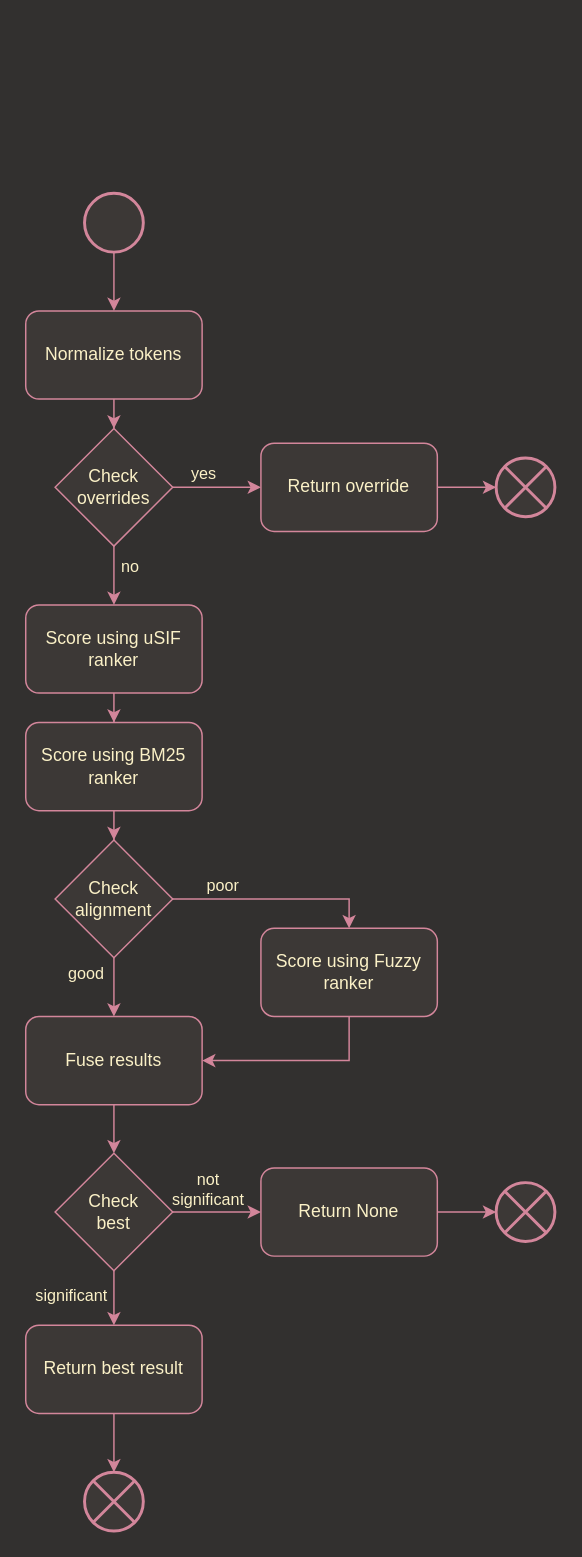
Earlier version of the draw.io diagram docs/source/_static/diagrams/ff_search.drawio (strangetom/ingredient-parser). Source tidied: cells renumbered, new cells numbered last; positions are measured from the earlier drawing's top-left corner, leaving out a move shared by most shapes. Both pictures are drawn from the tidied source at 147%, with x=0, y=0 at pixel (25, 193).
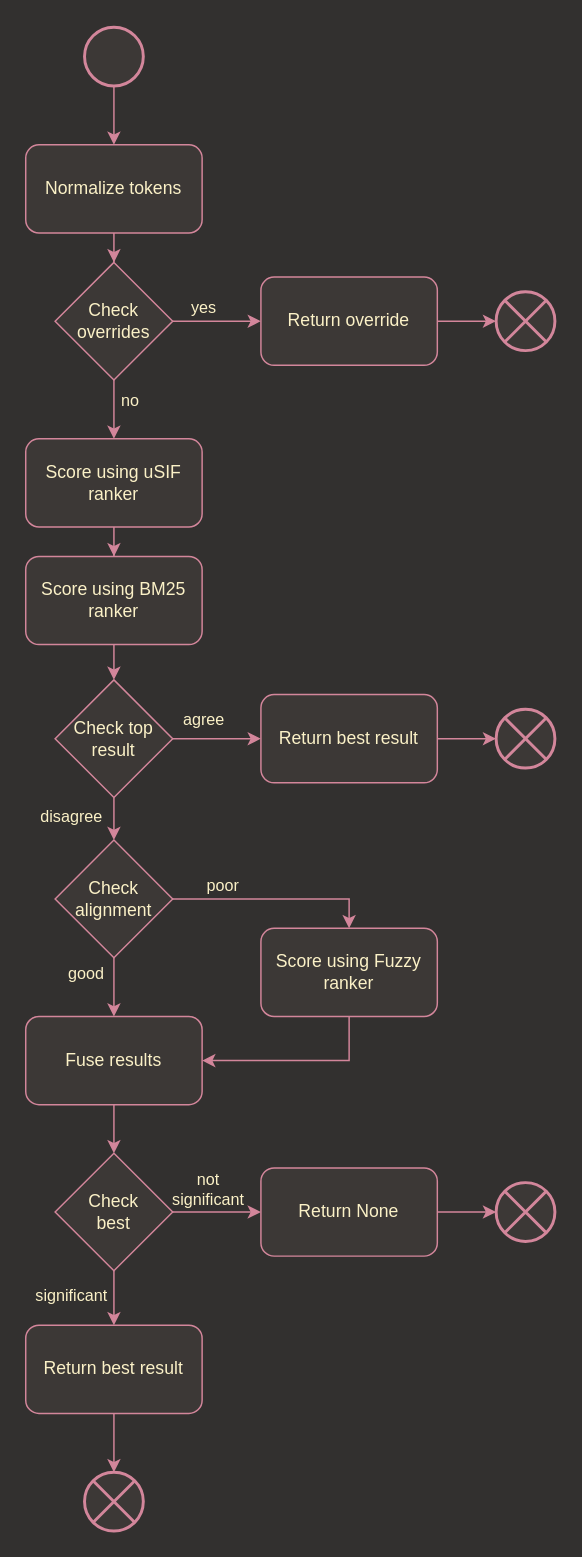
The same diagram, later.

The change refers to these unchanged cells:
```xml
<mxCell id="22" value="Check alignment" style="rhombus;whiteSpace=wrap;html=1;strokeColor=#D3869B;fillColor=#3C3836;fontColor=#FBF1C7;" parent="1" vertex="1">
  <mxGeometry x="20" y="440" width="80" height="80" as="geometry" />
</mxCell>
```

What changed in the source:
```diff
@@
     <mxCell id="3" value="Normalize tokens" style="rounded=1;whiteSpace=wrap;html=1;strokeColor=#D3869B;fillColor=#3C3836;fontColor=#FBF1C7;" parent="1" vertex="1">
-      <mxGeometry y="80" width="120" height="60" as="geometry" />
+      <mxGeometry y="-33" width="120" height="60" as="geometry" />
     </mxCell>
@@
     <mxCell id="5" style="shape=ellipse;html=1;strokeWidth=2;verticalLabelPosition=bottom;verticalAlignment=top;perimeter=ellipsePerimeter;fillColor=#3C3836;strokeColor=#D3869B;" parent="1" vertex="1">
-      <mxGeometry x="40" width="40" height="40" as="geometry" />
+      <mxGeometry x="40" y="-113" width="40" height="40" as="geometry" />
     </mxCell>
@@
     <mxCell id="10" value="Check overrides" style="rhombus;whiteSpace=wrap;html=1;strokeColor=#D3869B;fillColor=#3C3836;fontColor=#FBF1C7;" parent="1" vertex="1">
-      <mxGeometry x="20" y="160" width="80" height="80" as="geometry" />
+      <mxGeometry x="20" y="47" width="80" height="80" as="geometry" />
     </mxCell>
@@
     <mxCell id="12" value="Score using uSIF ranker" style="rounded=1;whiteSpace=wrap;html=1;strokeColor=#D3869B;fillColor=#3C3836;fontColor=#FBF1C7;" parent="1" vertex="1">
-      <mxGeometry y="280" width="120" height="60" as="geometry" />
+      <mxGeometry y="167" width="120" height="60" as="geometry" />
     </mxCell>
@@
     <mxCell id="14" value="Return override" style="rounded=1;whiteSpace=wrap;html=1;strokeColor=#D3869B;fillColor=#3C3836;fontColor=#FBF1C7;" parent="1" vertex="1">
-      <mxGeometry x="160" y="170" width="120" height="60" as="geometry" />
+      <mxGeometry x="160" y="57" width="120" height="60" as="geometry" />
     </mxCell>
     <mxCell id="15" style="html=1;shape=mxgraph.sysml.flowFinal;strokeWidth=2;verticalLabelPosition=bottom;verticalAlignment=top;strokeColor=#D3869B;fillColor=#3C3836;" parent="1" vertex="1">
-      <mxGeometry x="320" y="180" width="40" height="40" as="geometry" />
+      <mxGeometry x="320" y="67" width="40" height="40" as="geometry" />
     </mxCell>
-    <mxCell id="16" style="edgeStyle=orthogonalEdgeStyle;rounded=0;jettySize=auto;html=1;strokeColor=#D3869B;" parent="1" edge="1" source="17" target="22">
-      <mxGeometry relative="1" as="geometry" />
-    </mxCell>
+    <mxCell id="38" style="edgeStyle=orthogonalEdgeStyle;rounded=0;jettySize=auto;html=1;strokeColor=#D3869B;" parent="1" edge="1" source="17" target="43">
+      <mxGeometry relative="1" as="geometry" />
+    </mxCell>
     <mxCell id="17" value="Score using BM25 ranker" style="rounded=1;whiteSpace=wrap;html=1;strokeColor=#D3869B;fillColor=#3C3836;fontColor=#FBF1C7;" parent="1" vertex="1">
-      <mxGeometry y="360" width="120" height="60" as="geometry" />
+      <mxGeometry y="247" width="120" height="60" as="geometry" />
     </mxCell>
@@
+    <mxCell id="39" style="edgeStyle=orthogonalEdgeStyle;rounded=0;jettySize=auto;html=1;strokeColor=#D3869B;" parent="1" edge="1" source="43" target="22">
+      <mxGeometry relative="1" as="geometry" />
+    </mxCell>
+    <mxCell id="40" value="disagree" style="edgeLabel;html=1;align=center;verticalAlign=middle;labelBackgroundColor=none;fontColor=#FBF1C7;" parent="39" vertex="1">
+      <mxGeometry x="0.32" relative="1" as="geometry">
+        <mxPoint x="-30" as="offset" />
+      </mxGeometry>
+    </mxCell>
+    <mxCell id="41" style="edgeStyle=orthogonalEdgeStyle;rounded=0;jettySize=auto;html=1;strokeColor=#D3869B;" parent="1" edge="1" source="43" target="45">
+      <mxGeometry relative="1" as="geometry" />
+    </mxCell>
+    <mxCell id="42" value="agree" style="edgeLabel;html=1;align=center;verticalAlign=middle;labelBackgroundColor=none;fontColor=#FBF1C7;" parent="41" vertex="1">
+      <mxGeometry x="-0.5" relative="1" as="geometry">
+        <mxPoint x="5" y="-14" as="offset" />
+      </mxGeometry>
+    </mxCell>
+    <mxCell id="43" value="Check top result" style="rhombus;whiteSpace=wrap;html=1;strokeColor=#D3869B;fillColor=#3C3836;fontColor=#FBF1C7;" parent="1" vertex="1">
+      <mxGeometry x="20" y="331" width="80" height="80" as="geometry" />
+    </mxCell>
+    <mxCell id="44" style="edgeStyle=orthogonalEdgeStyle;rounded=0;jettySize=auto;html=1;strokeColor=#D3869B;" parent="1" edge="1" source="45" target="46">
+      <mxGeometry relative="1" as="geometry" />
+    </mxCell>
+    <mxCell id="45" value="Return best result" style="rounded=1;whiteSpace=wrap;html=1;strokeColor=#D3869B;fillColor=#3C3836;fontColor=#FBF1C7;" parent="1" vertex="1">
+      <mxGeometry x="160" y="341" width="120" height="60" as="geometry" />
+    </mxCell>
+    <mxCell id="46" style="html=1;shape=mxgraph.sysml.flowFinal;strokeWidth=2;verticalLabelPosition=bottom;verticalAlignment=top;strokeColor=#D3869B;fillColor=#3C3836;" parent="1" vertex="1">
+      <mxGeometry x="320" y="351" width="40" height="40" as="geometry" />
+    </mxCell>
```
